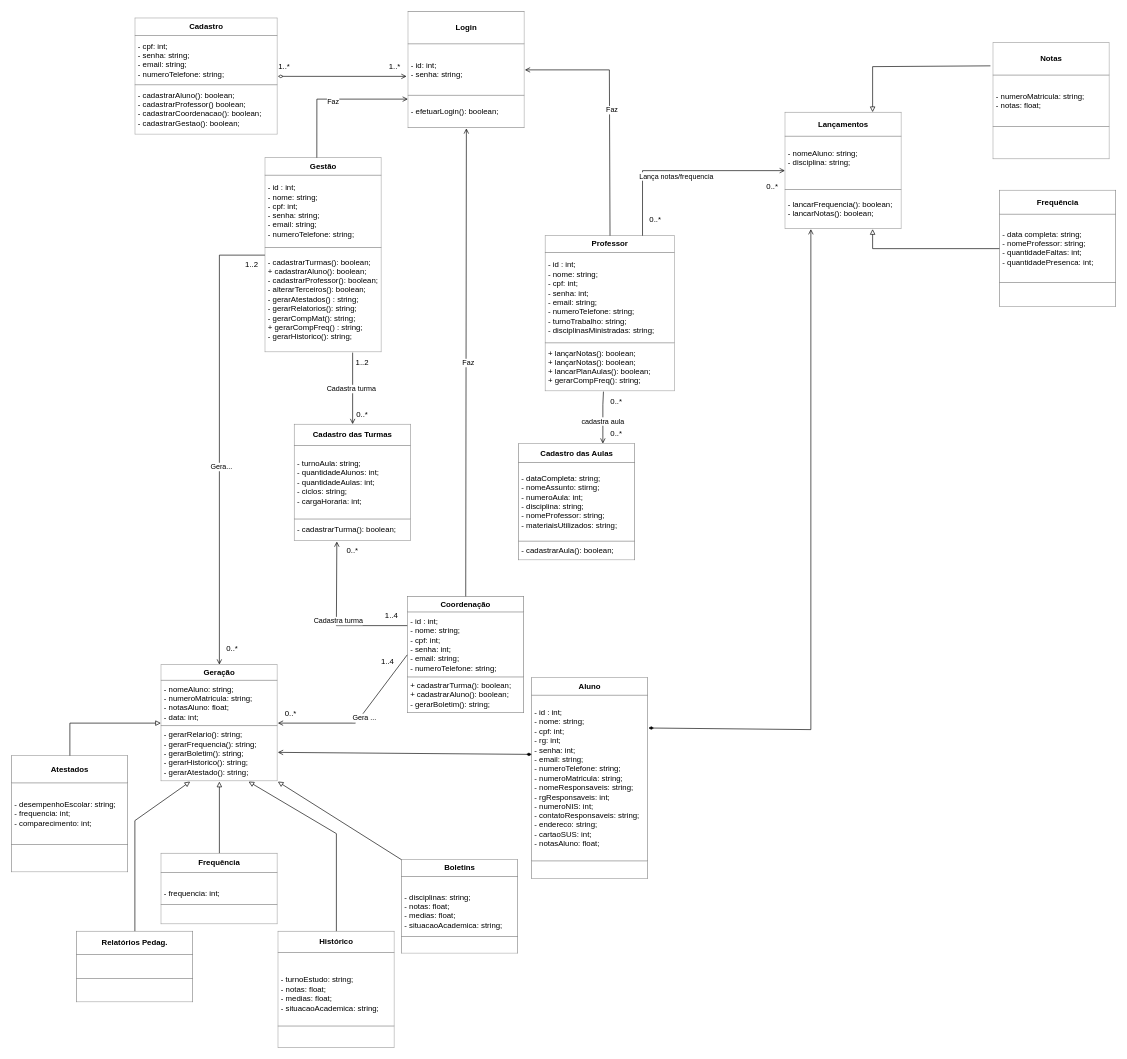
This is DIAGRAMA DE CLASSE.drawio from LizReis/An-lise-de-Sistemas, a draw.io file, before an edit. Source tidied: cells renumbered, new cells numbered last; positions are measured from the earlier drawing's top-left corner, leaving out a move shared by most shapes. Both pictures are drawn from the tidied source at 65%, with x=0, y=0 at pixel (11, 11).
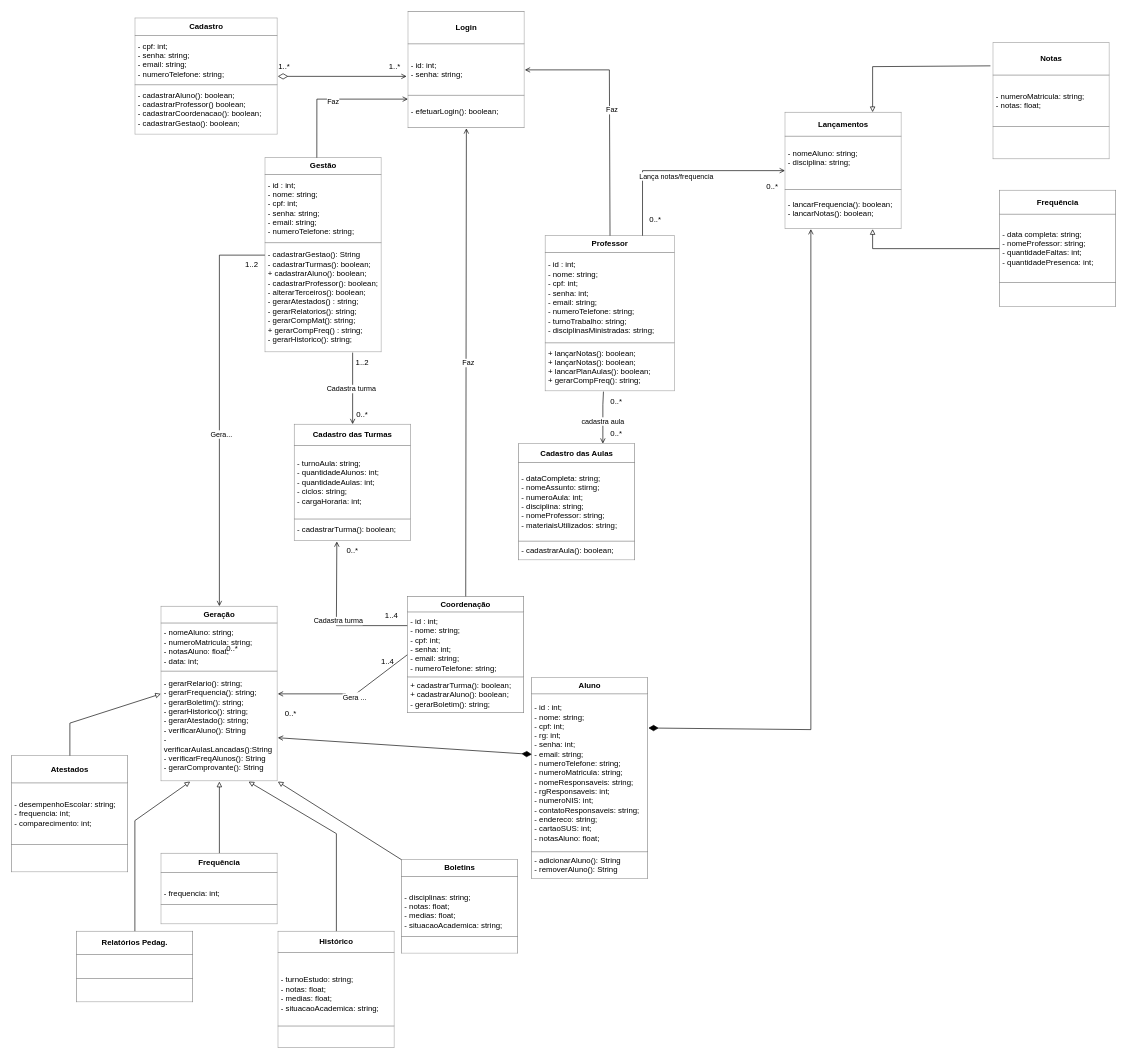
The same page after the edit.

The change refers to these unchanged cells:
```xml
<mxCell id="3" value="&lt;table border=&quot;1&quot; width=&quot;100%&quot; height=&quot;100%&quot; cellpadding=&quot;4&quot; style=&quot;width:100%;height:100%;border-collapse:collapse;&quot;&gt;&lt;tbody&gt;&lt;tr&gt;&lt;th align=&quot;center&quot;&gt;&lt;b&gt;Coordenação&lt;/b&gt;&lt;/th&gt;&lt;/tr&gt;&lt;tr&gt;&lt;td&gt;- id : int;&lt;br&gt;- nome: string;&lt;br&gt;- cpf: int;&lt;br&gt;- senha: int;&lt;br&gt;- email: string;&lt;br&gt;- numeroTelefone: string;&lt;/td&gt;&lt;/tr&gt;&lt;tr&gt;&lt;td&gt;+ cadastrarTurma(): boolean;&lt;br&gt;+ cadastrarAluno(): boolean;&lt;br&gt;- gerarBoletim(): string;&lt;/td&gt;&lt;/tr&gt;&lt;/tbody&gt;&lt;/table&gt;" style="text;html=1;whiteSpace=wrap;strokeColor=none;fillColor=none;overflow=fill;" parent="1" vertex="1">
  <mxGeometry x="609" y="900" width="180" height="180" as="geometry" />
</mxCell>
<mxCell id="11" value="&lt;table border=&quot;1&quot; width=&quot;100%&quot; height=&quot;100%&quot; cellpadding=&quot;4&quot; style=&quot;width:100%;height:100%;border-collapse:collapse;&quot;&gt;&lt;tbody&gt;&lt;tr&gt;&lt;th align=&quot;center&quot;&gt;Cadastro&lt;/th&gt;&lt;/tr&gt;&lt;tr&gt;&lt;td&gt;- cpf: int;&lt;br&gt;- senha: string;&lt;br&gt;- email: string;&lt;br&gt;- numeroTelefone: string;&lt;/td&gt;&lt;/tr&gt;&lt;tr&gt;&lt;td&gt;- cadastrarAluno(): boolean;&lt;br&gt;- cadastrarProfessor() boolean;&lt;br&gt;- cadastrarCoordenacao(): boolean;&lt;br&gt;- cadastrarGestao(): boolean;&lt;br&gt;&lt;/td&gt;&lt;/tr&gt;&lt;/tbody&gt;&lt;/table&gt;" style="text;html=1;whiteSpace=wrap;strokeColor=none;fillColor=none;overflow=fill;" parent="1" vertex="1">
  <mxGeometry x="190" y="10" width="220" height="180" as="geometry" />
</mxCell>
```

What changed in the source:
```diff
@@
-    <mxCell id="2" value="&lt;table border=&quot;1&quot; width=&quot;100%&quot; height=&quot;100%&quot; cellpadding=&quot;4&quot; style=&quot;width:100%;height:100%;border-collapse:collapse;&quot;&gt;&lt;tbody&gt;&lt;tr&gt;&lt;th align=&quot;center&quot;&gt;&lt;b&gt;Gestão&lt;/b&gt;&lt;/th&gt;&lt;/tr&gt;&lt;tr&gt;&lt;td&gt;- id : int;&lt;br&gt;- nome: string;&lt;br&gt;- cpf: int;&lt;br&gt;- senha: string;&lt;br&gt;- email: string;&lt;br&gt;- numeroTelefone: string;&lt;/td&gt;&lt;/tr&gt;&lt;tr&gt;&lt;td&gt;- cadastrarTurmas(): boolean;&lt;br&gt;+ cadastrarAluno(): boolean;&lt;br&gt;- cadastrarProfessor(): boolean;&lt;br&gt;- alterarTerceiros(): boolean;&lt;br&gt;- gerarAtestados() : string;&lt;br&gt;- gerarRelatorios(): string;&lt;br&gt;- gerarCompMat(): string;&lt;br&gt;+ gerarCompFreq() : string;&lt;br&gt;- gerarHistorico(): string;&lt;br&gt;&lt;/td&gt;&lt;/tr&gt;&lt;/tbody&gt;&lt;/table&gt;" style="text;html=1;whiteSpace=wrap;strokeColor=none;fillColor=none;overflow=fill;" parent="1" vertex="1">
+    <mxCell id="2" value="&lt;table border=&quot;1&quot; width=&quot;100%&quot; height=&quot;100%&quot; cellpadding=&quot;4&quot; style=&quot;width:100%;height:100%;border-collapse:collapse;&quot;&gt;&lt;tbody&gt;&lt;tr&gt;&lt;th align=&quot;center&quot;&gt;&lt;b&gt;Gestão&lt;/b&gt;&lt;/th&gt;&lt;/tr&gt;&lt;tr&gt;&lt;td&gt;- id : int;&lt;br&gt;- nome: string;&lt;br&gt;- cpf: int;&lt;br&gt;- senha: string;&lt;br&gt;- email: string;&lt;br&gt;- numeroTelefone: string;&lt;/td&gt;&lt;/tr&gt;&lt;tr&gt;&lt;td&gt;- cadastrarGestao(): String&lt;br&gt;- cadastrarTurmas(): boolean;&lt;br&gt;+ cadastrarAluno(): boolean;&lt;br&gt;- cadastrarProfessor(): boolean;&lt;br&gt;- alterarTerceiros(): boolean;&lt;br&gt;- gerarAtestados() : string;&lt;br&gt;- gerarRelatorios(): string;&lt;br&gt;- gerarCompMat(): string;&lt;br&gt;+ gerarCompFreq() : string;&lt;br&gt;- gerarHistorico(): string;&lt;br&gt;&lt;/td&gt;&lt;/tr&gt;&lt;/tbody&gt;&lt;/table&gt;" style="text;html=1;whiteSpace=wrap;strokeColor=none;fillColor=none;overflow=fill;" parent="1" vertex="1">
       <mxGeometry x="390" y="225" width="180" height="300" as="geometry" />
     </mxCell>
@@
-    <mxCell id="6" value="&lt;table border=&quot;1&quot; width=&quot;100%&quot; height=&quot;100%&quot; cellpadding=&quot;4&quot; style=&quot;width:100%;height:100%;border-collapse:collapse;&quot;&gt;&lt;tbody&gt;&lt;tr&gt;&lt;th align=&quot;center&quot;&gt;&lt;b&gt;Aluno&lt;/b&gt;&lt;/th&gt;&lt;/tr&gt;&lt;tr&gt;&lt;td&gt;&lt;span style=&quot;&quot;&gt;- id : int;&lt;/span&gt;&lt;br style=&quot;&quot;&gt;&lt;span style=&quot;&quot;&gt;- nome: string;&lt;/span&gt;&lt;br style=&quot;&quot;&gt;&lt;span style=&quot;&quot;&gt;- cpf: int;&lt;br&gt;- rg: int;&lt;br&gt;&lt;/span&gt;&lt;span style=&quot;&quot;&gt;- senha: int;&lt;/span&gt;&lt;br style=&quot;&quot;&gt;&lt;span style=&quot;&quot;&gt;- email: string;&lt;/span&gt;&lt;br style=&quot;&quot;&gt;&lt;span style=&quot;&quot;&gt;- numeroTelefone: string;&lt;br&gt;&lt;/span&gt;&lt;span style=&quot;&quot;&gt;- numeroMatricula: string;&lt;br&gt;- nomeResponsaveis: string;&lt;br&gt;- rgResponsaveis: int;&lt;br&gt;- numeroNIS: int;&lt;br&gt;- contatoResponsaveis: string;&lt;br&gt;- endereco: string;&lt;br&gt;- cartaoSUS: int;&lt;br&gt;- notasAluno: float;&lt;/span&gt;&lt;/td&gt;&lt;/tr&gt;&lt;tr&gt;&lt;td&gt;&lt;br&gt;&lt;/td&gt;&lt;/tr&gt;&lt;/tbody&gt;&lt;/table&gt;" style="text;html=1;whiteSpace=wrap;strokeColor=none;fillColor=none;overflow=fill;" parent="1" vertex="1">
+    <mxCell id="6" value="&lt;table border=&quot;1&quot; width=&quot;100%&quot; height=&quot;100%&quot; cellpadding=&quot;4&quot; style=&quot;width:100%;height:100%;border-collapse:collapse;&quot;&gt;&lt;tbody&gt;&lt;tr&gt;&lt;th align=&quot;center&quot;&gt;&lt;b&gt;Aluno&lt;/b&gt;&lt;/th&gt;&lt;/tr&gt;&lt;tr&gt;&lt;td&gt;&lt;span style=&quot;&quot;&gt;- id : int;&lt;/span&gt;&lt;br style=&quot;&quot;&gt;&lt;span style=&quot;&quot;&gt;- nome: string;&lt;/span&gt;&lt;br style=&quot;&quot;&gt;&lt;span style=&quot;&quot;&gt;- cpf: int;&lt;br&gt;- rg: int;&lt;br&gt;&lt;/span&gt;&lt;span style=&quot;&quot;&gt;- senha: int;&lt;/span&gt;&lt;br style=&quot;&quot;&gt;&lt;span style=&quot;&quot;&gt;- email: string;&lt;/span&gt;&lt;br style=&quot;&quot;&gt;&lt;span style=&quot;&quot;&gt;- numeroTelefone: string;&lt;br&gt;&lt;/span&gt;&lt;span style=&quot;&quot;&gt;- numeroMatricula: string;&lt;br&gt;- nomeResponsaveis: string;&lt;br&gt;- rgResponsaveis: int;&lt;br&gt;- numeroNIS: int;&lt;br&gt;- contatoResponsaveis: string;&lt;br&gt;- endereco: string;&lt;br&gt;- cartaoSUS: int;&lt;br&gt;- notasAluno: float;&lt;/span&gt;&lt;/td&gt;&lt;/tr&gt;&lt;tr&gt;&lt;td&gt;- adicionarAluno(): String&lt;br&gt;- removerAluno(): String&lt;br&gt;&lt;/td&gt;&lt;/tr&gt;&lt;/tbody&gt;&lt;/table&gt;" style="text;html=1;whiteSpace=wrap;strokeColor=none;fillColor=none;overflow=fill;" parent="1" vertex="1">
       <mxGeometry x="800" y="1025" width="180" height="310" as="geometry" />
     </mxCell>
@@
-    <mxCell id="19" value="&lt;table border=&quot;1&quot; width=&quot;100%&quot; height=&quot;100%&quot; cellpadding=&quot;4&quot; style=&quot;width:100%;height:100%;border-collapse:collapse;&quot;&gt;&lt;tbody&gt;&lt;tr&gt;&lt;th align=&quot;center&quot;&gt;&lt;b&gt;Geração&lt;/b&gt;&lt;/th&gt;&lt;/tr&gt;&lt;tr&gt;&lt;td&gt;- nomeAluno: string;&lt;br&gt;- numeroMatricula: string;&lt;br&gt;- notasAluno: float;&lt;br&gt;- data: int;&lt;/td&gt;&lt;/tr&gt;&lt;tr&gt;&lt;td&gt;- gerarRelario(): string;&lt;br&gt;- gerarFrequencia(): string;&lt;br&gt;- gerarBoletim(): string;&lt;br&gt;- gerarHistorico(): string;&lt;br&gt;- gerarAtestado(): string;&lt;br&gt;&lt;/td&gt;&lt;/tr&gt;&lt;/tbody&gt;&lt;/table&gt;" style="text;html=1;whiteSpace=wrap;strokeColor=none;fillColor=none;overflow=fill;" parent="1" vertex="1">
-      <mxGeometry x="230" y="1005" width="180" height="180" as="geometry" />
+    <mxCell id="19" value="&lt;table border=&quot;1&quot; width=&quot;100%&quot; height=&quot;100%&quot; cellpadding=&quot;4&quot; style=&quot;width:100%;height:100%;border-collapse:collapse;&quot;&gt;&lt;tbody&gt;&lt;tr&gt;&lt;th align=&quot;center&quot;&gt;&lt;b&gt;Geração&lt;/b&gt;&lt;/th&gt;&lt;/tr&gt;&lt;tr&gt;&lt;td&gt;- nomeAluno: string;&lt;br&gt;- numeroMatricula: string;&lt;br&gt;- notasAluno: float;&lt;br&gt;- data: int;&lt;/td&gt;&lt;/tr&gt;&lt;tr&gt;&lt;td&gt;- gerarRelario(): string;&lt;br&gt;- gerarFrequencia(): string;&lt;br&gt;- gerarBoletim(): string;&lt;br&gt;- gerarHistorico(): string;&lt;br&gt;- gerarAtestado(): string;&lt;br&gt;- verificarAluno(): String&lt;br&gt;- verificarAulasLancadas():String&lt;br&gt;- verificarFreqAlunos(): String&lt;br&gt;- gerarComprovante(): String&lt;/td&gt;&lt;/tr&gt;&lt;/tbody&gt;&lt;/table&gt;" style="text;html=1;whiteSpace=wrap;strokeColor=none;fillColor=none;overflow=fill;" parent="1" vertex="1">
+      <mxGeometry x="230" y="915" width="180" height="270" as="geometry" />
     </mxCell>
@@
     <mxCell id="26" style="endArrow=open;html=1;rounded=0;exitX=0;exitY=0.5;exitDx=0;exitDy=0;entryX=1;entryY=0.5;entryDx=0;entryDy=0;endFill=0;" parent="1" edge="1" source="3" target="19">
       <mxGeometry relative="1" as="geometry">
         <Array as="points">
-          <mxPoint x="530" y="1095" />
+          <mxPoint x="530" y="1050" />
         </Array>
       </mxGeometry>
     </mxCell>
@@
-    <mxCell id="31" style="endArrow=open;html=1;rounded=0;entryX=1;entryY=0.75;entryDx=0;entryDy=0;startArrow=diamondThin;startFill=1;endFill=0;exitX=0.004;exitY=0.381;exitDx=0;exitDy=0;exitPerimeter=0;" parent="1" edge="1" source="6" target="19">
+    <mxCell id="31" style="endArrow=open;html=1;rounded=0;entryX=1;entryY=0.75;entryDx=0;entryDy=0;startArrow=diamondThin;startFill=1;endFill=0;exitX=0.004;exitY=0.381;exitDx=0;exitDy=0;exitPerimeter=0;endSize=6;startSize=13;" parent="1" edge="1" source="6" target="19">
       <mxGeometry relative="1" as="geometry" />
     </mxCell>
-    <mxCell id="32" style="endArrow=open;html=1;rounded=0;startArrow=diamondThin;startFill=0;endFill=0;exitX=1;exitY=0.5;exitDx=0;exitDy=0;" parent="1" edge="1" source="11">
+    <mxCell id="32" style="endArrow=open;html=1;rounded=0;startArrow=diamondThin;startFill=0;endFill=0;exitX=1;exitY=0.5;exitDx=0;exitDy=0;startSize=13;" parent="1" edge="1" source="11">
       <mxGeometry relative="1" as="geometry">
         <mxPoint x="608" y="100" as="targetPoint" />
       </mxGeometry>
     </mxCell>
@@
-    <mxCell id="61" style="endArrow=open;html=1;rounded=0;startArrow=diamondThin;startFill=1;endFill=0;exitX=1;exitY=0.25;exitDx=0;exitDy=0;" parent="1" edge="1" source="6">
+    <mxCell id="61" style="endArrow=open;html=1;rounded=0;startArrow=diamondThin;startFill=1;endFill=0;exitX=1;exitY=0.25;exitDx=0;exitDy=0;endSize=6;startSize=13;" parent="1" edge="1" source="6">
       <mxGeometry relative="1" as="geometry">
         <mxPoint x="1230" y="335" as="targetPoint" />
         <Array as="points">
           <mxPoint x="1230" y="1105" />
         </Array>
       </mxGeometry>
     </mxCell>
```
